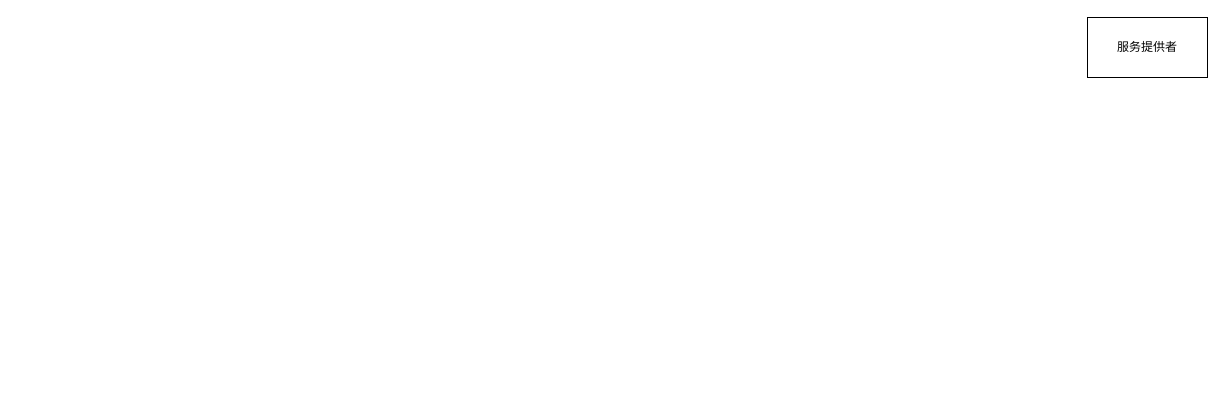
Earlier version of the draw.io diagram dubbo的nio协议.drawio (dabengxiang/diagrams). Source tidied: cells renumbered, new cells numbered last; positions are measured from the earlier drawing's top-left corner, leaving out a move shared by most shapes. Both pictures are drawn from the tidied source at 100%, with x=0, y=0 at pixel (1087, 17).
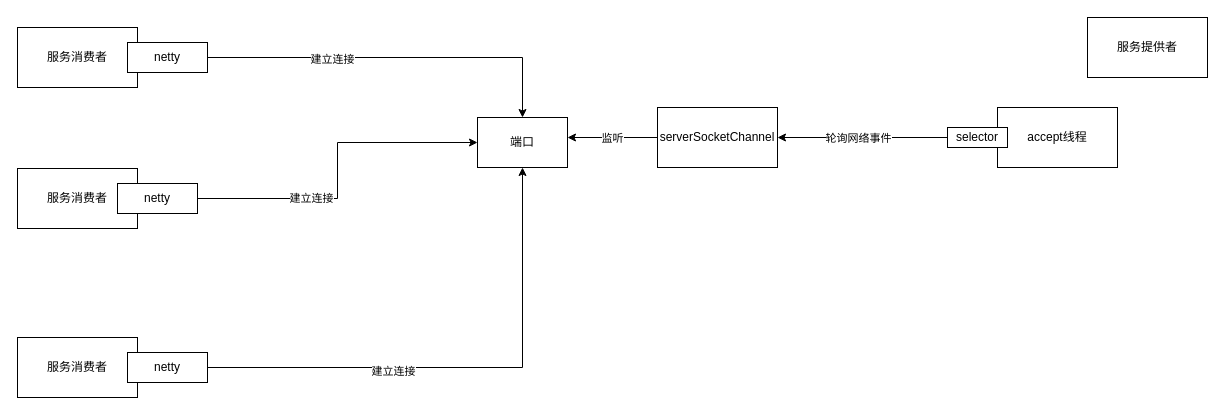
After the change.

Commit message (it also covers changes not shown here):
更新dubbo的nio协议.drawio

The edit, as a diff of the source:
```diff
@@
+    <mxCell id="3" style="edgeStyle=orthogonalEdgeStyle;rounded=0;jettySize=auto;html=1;exitX=0;exitY=0.5;exitDx=0;exitDy=0;entryX=1;entryY=0.5;entryDx=0;entryDy=0;" parent="1" edge="1" source="5" target="8">
+      <mxGeometry relative="1" as="geometry">
+        <Array as="points">
+          <mxPoint x="-140" y="120" />
+        </Array>
+      </mxGeometry>
+    </mxCell>
+    <mxCell id="4" value="轮询网络事件&lt;br&gt;" style="edgeLabel;html=1;align=center;verticalAlign=middle;" parent="3" vertex="1">
+      <mxGeometry x="0.2" y="2" relative="1" as="geometry">
+        <mxPoint x="-8" y="-2" as="offset" />
+      </mxGeometry>
+    </mxCell>
+    <mxCell id="5" value="accept线程" style="rounded=0;whiteSpace=wrap;html=1;" parent="1" vertex="1">
+      <mxGeometry x="-90" y="90" width="120" height="60" as="geometry" />
+    </mxCell>
+    <mxCell id="6" style="edgeStyle=orthogonalEdgeStyle;rounded=0;jettySize=auto;html=1;" parent="1" edge="1" source="8" target="9">
+      <mxGeometry relative="1" as="geometry">
+        <Array as="points">
+          <mxPoint x="-520" y="120" />
+          <mxPoint x="-520" y="120" />
+        </Array>
+      </mxGeometry>
+    </mxCell>
+    <mxCell id="7" value="监听" style="edgeLabel;html=1;align=center;verticalAlign=middle;" parent="6" vertex="1">
+      <mxGeometry x="-0.08" y="11" relative="1" as="geometry">
+        <mxPoint x="-5" y="-11" as="offset" />
+      </mxGeometry>
+    </mxCell>
+    <mxCell id="8" value="serverSocketChannel" style="rounded=0;whiteSpace=wrap;html=1;" parent="1" vertex="1">
+      <mxGeometry x="-430" y="90" width="120" height="60" as="geometry" />
+    </mxCell>
+    <mxCell id="9" value="端口" style="rounded=0;whiteSpace=wrap;html=1;" parent="1" vertex="1">
+      <mxGeometry x="-610" y="100" width="90" height="50" as="geometry" />
+    </mxCell>
+    <mxCell id="10" value="selector" style="rounded=0;whiteSpace=wrap;html=1;" parent="1" vertex="1">
+      <mxGeometry x="-140" y="110" width="60" height="20" as="geometry" />
+    </mxCell>
+    <mxCell id="11" value="服务消费者" style="rounded=0;whiteSpace=wrap;html=1;" parent="1" vertex="1">
+      <mxGeometry x="-1070" y="10" width="120" height="60" as="geometry" />
+    </mxCell>
+    <mxCell id="12" style="edgeStyle=orthogonalEdgeStyle;rounded=0;jettySize=auto;html=1;exitX=1;exitY=0.5;exitDx=0;exitDy=0;entryX=0.5;entryY=0;entryDx=0;entryDy=0;" parent="1" edge="1" source="14" target="9">
+      <mxGeometry relative="1" as="geometry" />
+    </mxCell>
+    <mxCell id="13" value="建立连接" style="edgeLabel;html=1;align=center;verticalAlign=middle;" parent="12" vertex="1">
+      <mxGeometry x="-0.34" y="-1" relative="1" as="geometry" />
+    </mxCell>
+    <mxCell id="14" value="netty" style="rounded=0;whiteSpace=wrap;html=1;" parent="1" vertex="1">
+      <mxGeometry x="-960" y="25" width="80" height="30" as="geometry" />
+    </mxCell>
+    <mxCell id="15" style="text;html=1;align=center;verticalAlign=middle;" parent="1" vertex="1">
+      <mxGeometry x="-1004" y="171" width="20" height="20" as="geometry" />
+    </mxCell>
+    <mxCell id="16" value="服务消费者" style="rounded=0;whiteSpace=wrap;html=1;" parent="1" vertex="1">
+      <mxGeometry x="-1070" y="151" width="120" height="60" as="geometry" />
+    </mxCell>
+    <mxCell id="17" style="edgeStyle=orthogonalEdgeStyle;rounded=0;jettySize=auto;html=1;entryX=0;entryY=0.5;entryDx=0;entryDy=0;" parent="1" edge="1" source="19" target="9">
+      <mxGeometry relative="1" as="geometry" />
+    </mxCell>
+    <mxCell id="18" value="建立连接" style="edgeLabel;html=1;align=center;verticalAlign=middle;" parent="17" vertex="1">
+      <mxGeometry x="-0.33" y="1" relative="1" as="geometry" />
+    </mxCell>
+    <mxCell id="19" value="netty" style="rounded=0;whiteSpace=wrap;html=1;" parent="1" vertex="1">
+      <mxGeometry x="-970" y="166" width="80" height="30" as="geometry" />
+    </mxCell>
+    <mxCell id="20" value="服务消费者" style="rounded=0;whiteSpace=wrap;html=1;" parent="1" vertex="1">
+      <mxGeometry x="-1070" y="320" width="120" height="60" as="geometry" />
+    </mxCell>
+    <mxCell id="21" style="edgeStyle=orthogonalEdgeStyle;rounded=0;jettySize=auto;html=1;exitX=1;exitY=0.5;exitDx=0;exitDy=0;entryX=0.5;entryY=1;entryDx=0;entryDy=0;" parent="1" edge="1" source="23" target="9">
+      <mxGeometry relative="1" as="geometry" />
+    </mxCell>
+    <mxCell id="22" value="建立连接" style="edgeLabel;html=1;align=center;verticalAlign=middle;" parent="21" vertex="1">
+      <mxGeometry x="-0.28" y="-3" relative="1" as="geometry" />
+    </mxCell>
+    <mxCell id="23" value="netty" style="rounded=0;whiteSpace=wrap;html=1;" parent="1" vertex="1">
+      <mxGeometry x="-960" y="335" width="80" height="30" as="geometry" />
+    </mxCell>
```
